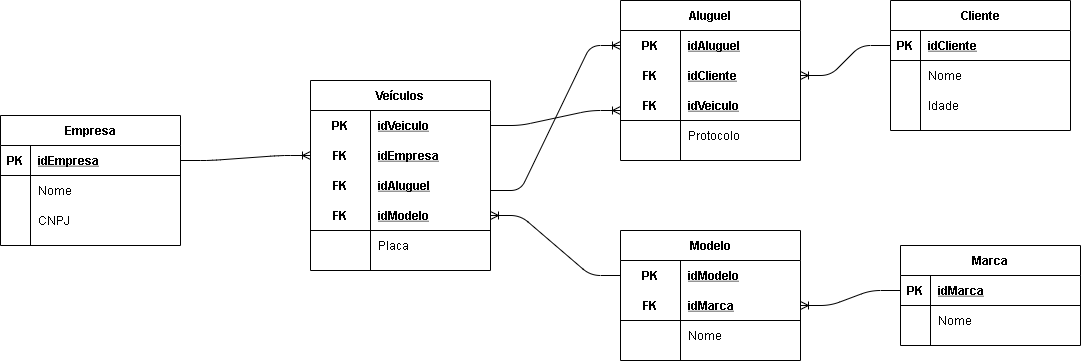
This is SENAI-Sprint.1-BD/1.2/Modelo-Logico.png from Flavia-OlSi/SENAI-Segundo.Semestre, a draw.io export, as it was before one commit. Source tidied: cells renumbered, new cells last; positions are measured from the earlier drawing's top-left corner, leaving out a move shared by most shapes. The source it was exported from:
```xml
<mxGraphModel>
  <root>
    <mxCell id="0" />
    <mxCell id="1" parent="0" />
    <mxCell id="2" value="Empresa" style="shape=table;startSize=30;rowLines=0;fontStyle=1;align=center;" parent="1" vertex="1">
      <mxGeometry y="115" width="180" height="130" as="geometry" />
    </mxCell>
    <mxCell id="3" style="shape=partialRectangle;fillColor=none;top=0;left=0;bottom=1;right=0;" parent="2" vertex="1">
      <mxGeometry y="30" width="180" height="30" as="geometry" />
    </mxCell>
    <mxCell id="4" value="PK" style="shape=partialRectangle;fillColor=none;top=0;left=0;bottom=0;right=0;fontStyle=1;overflow=hidden;" parent="3" vertex="1">
      <mxGeometry width="30" height="30" as="geometry" />
    </mxCell>
    <mxCell id="5" value="idEmpresa" style="shape=partialRectangle;fillColor=none;top=0;left=0;bottom=0;right=0;align=left;spacingLeft=6;fontStyle=5;overflow=hidden;" parent="3" vertex="1">
      <mxGeometry x="30" width="150" height="30" as="geometry" />
    </mxCell>
    <mxCell id="6" style="shape=partialRectangle;fillColor=none;top=0;left=0;bottom=0;right=0;" parent="2" vertex="1">
      <mxGeometry y="60" width="180" height="30" as="geometry" />
    </mxCell>
    <mxCell id="7" style="shape=partialRectangle;fillColor=none;top=0;left=0;bottom=0;right=0;overflow=hidden;" parent="6" vertex="1">
      <mxGeometry width="30" height="30" as="geometry" />
    </mxCell>
    <mxCell id="8" value="Nome" style="shape=partialRectangle;fillColor=none;top=0;left=0;bottom=0;right=0;align=left;spacingLeft=6;overflow=hidden;" parent="6" vertex="1">
      <mxGeometry x="30" width="150" height="30" as="geometry" />
    </mxCell>
    <mxCell id="9" style="shape=partialRectangle;fillColor=none;top=0;left=0;bottom=0;right=0;" parent="2" vertex="1">
      <mxGeometry y="90" width="180" height="30" as="geometry" />
    </mxCell>
    <mxCell id="10" style="shape=partialRectangle;fillColor=none;top=0;left=0;bottom=0;right=0;overflow=hidden;" parent="9" vertex="1">
      <mxGeometry width="30" height="30" as="geometry" />
    </mxCell>
    <mxCell id="11" value="CNPJ" style="shape=partialRectangle;fillColor=none;top=0;left=0;bottom=0;right=0;align=left;spacingLeft=6;overflow=hidden;" parent="9" vertex="1">
      <mxGeometry x="30" width="150" height="30" as="geometry" />
    </mxCell>
    <mxCell id="12" value="Veículos" style="shape=table;startSize=30;rowLines=0;fontStyle=1;align=center;" parent="1" vertex="1">
      <mxGeometry x="310" y="80" width="180" height="190" as="geometry" />
    </mxCell>
    <mxCell id="13" style="shape=partialRectangle;fillColor=none;top=0;left=0;bottom=0;right=0;points=[[0,0.5],[1,0.5]];portConstraint=eastwest;" parent="12" vertex="1">
      <mxGeometry y="30" width="180" height="30" as="geometry" />
    </mxCell>
    <mxCell id="14" value="PK" style="shape=partialRectangle;fillColor=none;top=0;left=0;bottom=0;right=0;fontStyle=1;overflow=hidden;" parent="13" vertex="1">
      <mxGeometry width="60" height="30" as="geometry" />
    </mxCell>
    <mxCell id="15" value="idVeiculo" style="shape=partialRectangle;fillColor=none;top=0;left=0;bottom=0;right=0;align=left;spacingLeft=6;fontStyle=5;overflow=hidden;" parent="13" vertex="1">
      <mxGeometry x="60" width="120" height="30" as="geometry" />
    </mxCell>
    <mxCell id="16" style="shape=partialRectangle;fillColor=none;top=0;left=0;bottom=0;right=0;points=[[0,0.5],[1,0.5]];portConstraint=eastwest;" parent="12" vertex="1">
      <mxGeometry y="60" width="180" height="30" as="geometry" />
    </mxCell>
    <mxCell id="17" value="FK" style="shape=partialRectangle;fillColor=none;top=0;left=0;bottom=0;right=0;fontStyle=1;overflow=hidden;" parent="16" vertex="1">
      <mxGeometry width="60" height="30" as="geometry" />
    </mxCell>
    <mxCell id="18" value="idEmpresa" style="shape=partialRectangle;fillColor=none;top=0;left=0;bottom=0;right=0;align=left;spacingLeft=6;fontStyle=5;overflow=hidden;" parent="16" vertex="1">
      <mxGeometry x="60" width="120" height="30" as="geometry" />
    </mxCell>
    <mxCell id="19" style="shape=partialRectangle;fillColor=none;top=0;left=0;bottom=0;right=0;" parent="12" vertex="1">
      <mxGeometry y="90" width="180" height="30" as="geometry" />
    </mxCell>
    <mxCell id="20" value="FK" style="shape=partialRectangle;fillColor=none;top=0;left=0;bottom=0;right=0;fontStyle=1;overflow=hidden;" parent="19" vertex="1">
      <mxGeometry width="60" height="30" as="geometry" />
    </mxCell>
    <mxCell id="21" value="idAluguel" style="shape=partialRectangle;fillColor=none;top=0;left=0;bottom=0;right=0;align=left;spacingLeft=6;fontStyle=5;overflow=hidden;" parent="19" vertex="1">
      <mxGeometry x="60" width="120" height="30" as="geometry" />
    </mxCell>
    <mxCell id="22" style="shape=partialRectangle;fillColor=none;top=0;left=0;bottom=1;right=0;points=[[0,0.5],[1,0.5]];portConstraint=eastwest;" parent="12" vertex="1">
      <mxGeometry y="120" width="180" height="30" as="geometry" />
    </mxCell>
    <mxCell id="23" value="FK" style="shape=partialRectangle;fillColor=none;top=0;left=0;bottom=0;right=0;fontStyle=1;overflow=hidden;" parent="22" vertex="1">
      <mxGeometry width="60" height="30" as="geometry" />
    </mxCell>
    <mxCell id="24" value="idModelo" style="shape=partialRectangle;fillColor=none;top=0;left=0;bottom=0;right=0;align=left;spacingLeft=6;fontStyle=5;overflow=hidden;" parent="22" vertex="1">
      <mxGeometry x="60" width="120" height="30" as="geometry" />
    </mxCell>
    <mxCell id="25" style="shape=partialRectangle;fillColor=none;top=0;left=0;bottom=0;right=0;" parent="12" vertex="1">
      <mxGeometry y="150" width="180" height="30" as="geometry" />
    </mxCell>
    <mxCell id="26" style="shape=partialRectangle;fillColor=none;top=0;left=0;bottom=0;right=0;overflow=hidden;" parent="25" vertex="1">
      <mxGeometry width="60" height="30" as="geometry" />
    </mxCell>
    <mxCell id="27" value="Placa" style="shape=partialRectangle;fillColor=none;top=0;left=0;bottom=0;right=0;align=left;spacingLeft=6;overflow=hidden;" parent="25" vertex="1">
      <mxGeometry x="60" width="120" height="30" as="geometry" />
    </mxCell>
    <mxCell id="28" value="Aluguel" style="shape=table;startSize=30;rowLines=0;fontStyle=1;align=center;" parent="1" vertex="1">
      <mxGeometry x="620" width="180" height="160" as="geometry" />
    </mxCell>
    <mxCell id="29" style="shape=partialRectangle;fillColor=none;top=0;left=0;bottom=0;right=0;points=[[0,0.5],[1,0.5]];portConstraint=eastwest;" parent="28" vertex="1">
      <mxGeometry y="30" width="180" height="30" as="geometry" />
    </mxCell>
    <mxCell id="30" value="PK" style="shape=partialRectangle;fillColor=none;top=0;left=0;bottom=0;right=0;fontStyle=1;overflow=hidden;" parent="29" vertex="1">
      <mxGeometry width="60" height="30" as="geometry" />
    </mxCell>
    <mxCell id="31" value="idAluguel" style="shape=partialRectangle;fillColor=none;top=0;left=0;bottom=0;right=0;align=left;spacingLeft=6;fontStyle=5;overflow=hidden;" parent="29" vertex="1">
      <mxGeometry x="60" width="120" height="30" as="geometry" />
    </mxCell>
    <mxCell id="32" style="shape=partialRectangle;fillColor=none;top=0;left=0;bottom=0;right=0;points=[[0,0.5],[1,0.5]];portConstraint=eastwest;" parent="28" vertex="1">
      <mxGeometry y="60" width="180" height="30" as="geometry" />
    </mxCell>
    <mxCell id="33" value="FK" style="shape=partialRectangle;fillColor=none;top=0;left=0;bottom=0;right=0;fontStyle=1;overflow=hidden;" parent="32" vertex="1">
      <mxGeometry width="60" height="30" as="geometry" />
    </mxCell>
    <mxCell id="34" value="idCliente" style="shape=partialRectangle;fillColor=none;top=0;left=0;bottom=0;right=0;align=left;spacingLeft=6;fontStyle=5;overflow=hidden;" parent="32" vertex="1">
      <mxGeometry x="60" width="120" height="30" as="geometry" />
    </mxCell>
    <mxCell id="35" style="shape=partialRectangle;fillColor=none;top=0;left=0;bottom=1;right=0;" parent="28" vertex="1">
      <mxGeometry y="90" width="180" height="30" as="geometry" />
    </mxCell>
    <mxCell id="36" value="FK" style="shape=partialRectangle;fillColor=none;top=0;left=0;bottom=0;right=0;fontStyle=1;overflow=hidden;" parent="35" vertex="1">
      <mxGeometry width="60" height="30" as="geometry" />
    </mxCell>
    <mxCell id="37" value="idVeiculo" style="shape=partialRectangle;fillColor=none;top=0;left=0;bottom=0;right=0;align=left;spacingLeft=6;fontStyle=5;overflow=hidden;" parent="35" vertex="1">
      <mxGeometry x="60" width="120" height="30" as="geometry" />
    </mxCell>
    <mxCell id="38" style="shape=partialRectangle;fillColor=none;top=0;left=0;bottom=0;right=0;" parent="28" vertex="1">
      <mxGeometry y="120" width="180" height="30" as="geometry" />
    </mxCell>
    <mxCell id="39" style="shape=partialRectangle;fillColor=none;top=0;left=0;bottom=0;right=0;overflow=hidden;" parent="38" vertex="1">
      <mxGeometry width="60" height="30" as="geometry" />
    </mxCell>
    <mxCell id="40" value="Protocolo" style="shape=partialRectangle;fillColor=none;top=0;left=0;bottom=0;right=0;align=left;spacingLeft=6;overflow=hidden;" parent="38" vertex="1">
      <mxGeometry x="60" width="120" height="30" as="geometry" />
    </mxCell>
    <mxCell id="41" value="Cliente" style="shape=table;startSize=30;rowLines=0;fontStyle=1;align=center;" parent="1" vertex="1">
      <mxGeometry x="890" width="180" height="130" as="geometry" />
    </mxCell>
    <mxCell id="42" style="shape=partialRectangle;fillColor=none;top=0;left=0;bottom=1;right=0;points=[[0,0.5],[1,0.5]];portConstraint=eastwest;" parent="41" vertex="1">
      <mxGeometry y="30" width="180" height="30" as="geometry" />
    </mxCell>
    <mxCell id="43" value="PK" style="shape=partialRectangle;fillColor=none;top=0;left=0;bottom=0;right=0;fontStyle=1;overflow=hidden;" parent="42" vertex="1">
      <mxGeometry width="30" height="30" as="geometry" />
    </mxCell>
    <mxCell id="44" value="idCliente" style="shape=partialRectangle;fillColor=none;top=0;left=0;bottom=0;right=0;align=left;spacingLeft=6;fontStyle=5;overflow=hidden;" parent="42" vertex="1">
      <mxGeometry x="30" width="150" height="30" as="geometry" />
    </mxCell>
    <mxCell id="45" style="shape=partialRectangle;fillColor=none;top=0;left=0;bottom=0;right=0;" parent="41" vertex="1">
      <mxGeometry y="60" width="180" height="30" as="geometry" />
    </mxCell>
    <mxCell id="46" style="shape=partialRectangle;fillColor=none;top=0;left=0;bottom=0;right=0;overflow=hidden;" parent="45" vertex="1">
      <mxGeometry width="30" height="30" as="geometry" />
    </mxCell>
    <mxCell id="47" value="Nome" style="shape=partialRectangle;fillColor=none;top=0;left=0;bottom=0;right=0;align=left;spacingLeft=6;overflow=hidden;" parent="45" vertex="1">
      <mxGeometry x="30" width="150" height="30" as="geometry" />
    </mxCell>
    <mxCell id="48" style="shape=partialRectangle;fillColor=none;top=0;left=0;bottom=0;right=0;" parent="41" vertex="1">
      <mxGeometry y="90" width="180" height="30" as="geometry" />
    </mxCell>
    <mxCell id="49" style="shape=partialRectangle;fillColor=none;top=0;left=0;bottom=0;right=0;overflow=hidden;" parent="48" vertex="1">
      <mxGeometry width="30" height="30" as="geometry" />
    </mxCell>
    <mxCell id="50" value="Idade" style="shape=partialRectangle;fillColor=none;top=0;left=0;bottom=0;right=0;align=left;spacingLeft=6;overflow=hidden;" parent="48" vertex="1">
      <mxGeometry x="30" width="150" height="30" as="geometry" />
    </mxCell>
    <mxCell id="51" value="Modelo" style="shape=table;startSize=30;rowLines=0;fontStyle=1;align=center;" parent="1" vertex="1">
      <mxGeometry x="620" y="230" width="180" height="130" as="geometry" />
    </mxCell>
    <mxCell id="52" style="shape=partialRectangle;fillColor=none;top=0;left=0;bottom=0;right=0;points=[[0,0.5],[1,0.5]];portConstraint=eastwest;" parent="51" vertex="1">
      <mxGeometry y="30" width="180" height="30" as="geometry" />
    </mxCell>
    <mxCell id="53" value="PK" style="shape=partialRectangle;fillColor=none;top=0;left=0;bottom=0;right=0;fontStyle=1;overflow=hidden;" parent="52" vertex="1">
      <mxGeometry width="60" height="30" as="geometry" />
    </mxCell>
    <mxCell id="54" value="idModelo" style="shape=partialRectangle;fillColor=none;top=0;left=0;bottom=0;right=0;align=left;spacingLeft=6;fontStyle=5;overflow=hidden;" parent="52" vertex="1">
      <mxGeometry x="60" width="120" height="30" as="geometry" />
    </mxCell>
    <mxCell id="55" style="shape=partialRectangle;fillColor=none;top=0;left=0;bottom=1;right=0;points=[[0,0.5],[1,0.5]];portConstraint=eastwest;" parent="51" vertex="1">
      <mxGeometry y="60" width="180" height="30" as="geometry" />
    </mxCell>
    <mxCell id="56" value="FK" style="shape=partialRectangle;fillColor=none;top=0;left=0;bottom=0;right=0;fontStyle=1;overflow=hidden;" parent="55" vertex="1">
      <mxGeometry width="60" height="30" as="geometry" />
    </mxCell>
    <mxCell id="57" value="idMarca" style="shape=partialRectangle;fillColor=none;top=0;left=0;bottom=0;right=0;align=left;spacingLeft=6;fontStyle=5;overflow=hidden;" parent="55" vertex="1">
      <mxGeometry x="60" width="120" height="30" as="geometry" />
    </mxCell>
    <mxCell id="58" style="shape=partialRectangle;fillColor=none;top=0;left=0;bottom=0;right=0;" parent="51" vertex="1">
      <mxGeometry y="90" width="180" height="30" as="geometry" />
    </mxCell>
    <mxCell id="59" style="shape=partialRectangle;fillColor=none;top=0;left=0;bottom=0;right=0;overflow=hidden;" parent="58" vertex="1">
      <mxGeometry width="60" height="30" as="geometry" />
    </mxCell>
    <mxCell id="60" value="Nome" style="shape=partialRectangle;fillColor=none;top=0;left=0;bottom=0;right=0;align=left;spacingLeft=6;overflow=hidden;" parent="58" vertex="1">
      <mxGeometry x="60" width="120" height="30" as="geometry" />
    </mxCell>
    <mxCell id="61" value="Marca" style="shape=table;startSize=30;rowLines=0;fontStyle=1;align=center;" parent="1" vertex="1">
      <mxGeometry x="900" y="245" width="180" height="100" as="geometry" />
    </mxCell>
    <mxCell id="62" style="shape=partialRectangle;fillColor=none;top=0;left=0;bottom=1;right=0;points=[[0,0.5],[1,0.5]];portConstraint=eastwest;" parent="61" vertex="1">
      <mxGeometry y="30" width="180" height="30" as="geometry" />
    </mxCell>
    <mxCell id="63" value="PK" style="shape=partialRectangle;fillColor=none;top=0;left=0;bottom=0;right=0;fontStyle=1;overflow=hidden;" parent="62" vertex="1">
      <mxGeometry width="30" height="30" as="geometry" />
    </mxCell>
    <mxCell id="64" value="idMarca" style="shape=partialRectangle;fillColor=none;top=0;left=0;bottom=0;right=0;align=left;spacingLeft=6;fontStyle=5;overflow=hidden;" parent="62" vertex="1">
      <mxGeometry x="30" width="150" height="30" as="geometry" />
    </mxCell>
    <mxCell id="65" style="shape=partialRectangle;fillColor=none;top=0;left=0;bottom=0;right=0;" parent="61" vertex="1">
      <mxGeometry y="60" width="180" height="30" as="geometry" />
    </mxCell>
    <mxCell id="66" style="shape=partialRectangle;fillColor=none;top=0;left=0;bottom=0;right=0;overflow=hidden;" parent="65" vertex="1">
      <mxGeometry width="30" height="30" as="geometry" />
    </mxCell>
    <mxCell id="67" value="Nome" style="shape=partialRectangle;fillColor=none;top=0;left=0;bottom=0;right=0;align=left;spacingLeft=6;overflow=hidden;" parent="65" vertex="1">
      <mxGeometry x="30" width="150" height="30" as="geometry" />
    </mxCell>
    <mxCell id="68" style="edgeStyle=entityRelationEdgeStyle;fontSize=12;html=1;endArrow=ERoneToMany;entryX=0;entryY=0.5;entryDx=0;entryDy=0;" parent="1" edge="1" target="16">
      <mxGeometry relative="1" as="geometry">
        <mxPoint x="180" y="160" as="sourcePoint" />
      </mxGeometry>
    </mxCell>
    <mxCell id="69" style="edgeStyle=entityRelationEdgeStyle;fontSize=12;html=1;endArrow=ERoneToMany;exitX=1;exitY=0.5;exitDx=0;exitDy=0;" parent="1" edge="1" source="13">
      <mxGeometry relative="1" as="geometry">
        <mxPoint x="620" y="110" as="targetPoint" />
      </mxGeometry>
    </mxCell>
    <mxCell id="70" style="edgeStyle=entityRelationEdgeStyle;fontSize=12;html=1;endArrow=ERoneToMany;entryX=1;entryY=0.5;entryDx=0;entryDy=0;exitX=0;exitY=0.5;exitDx=0;exitDy=0;" parent="1" edge="1" source="52" target="22">
      <mxGeometry relative="1" as="geometry" />
    </mxCell>
    <mxCell id="71" style="edgeStyle=entityRelationEdgeStyle;fontSize=12;html=1;endArrow=ERoneToMany;entryX=1;entryY=0.5;entryDx=0;entryDy=0;exitX=0;exitY=0.5;exitDx=0;exitDy=0;" parent="1" edge="1" source="62" target="55">
      <mxGeometry relative="1" as="geometry" />
    </mxCell>
    <mxCell id="72" style="edgeStyle=entityRelationEdgeStyle;fontSize=12;html=1;endArrow=ERoneToMany;entryX=1;entryY=0.5;entryDx=0;entryDy=0;exitX=0;exitY=0.5;exitDx=0;exitDy=0;" parent="1" edge="1" source="42" target="32">
      <mxGeometry relative="1" as="geometry" />
    </mxCell>
    <mxCell id="73" style="edgeStyle=entityRelationEdgeStyle;fontSize=12;html=1;endArrow=ERoneToMany;entryX=0;entryY=0.5;entryDx=0;entryDy=0;" parent="1" edge="1" target="29">
      <mxGeometry relative="1" as="geometry">
        <mxPoint x="490" y="190" as="sourcePoint" />
      </mxGeometry>
    </mxCell>
  </root>
</mxGraphModel>
```
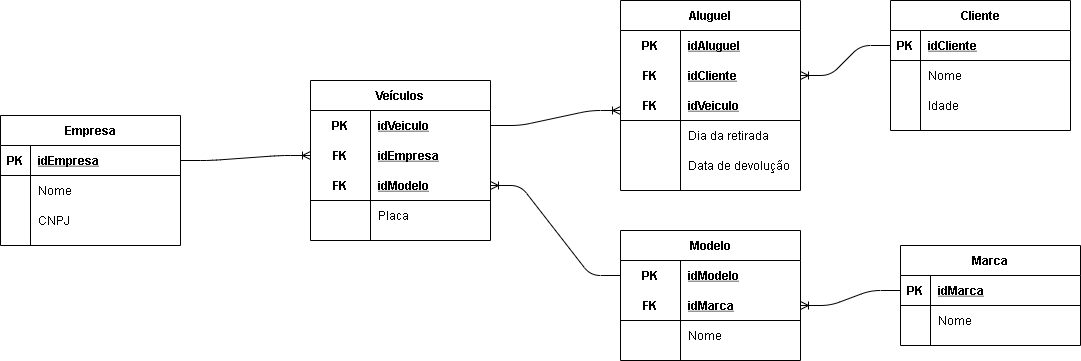
The same diagram one commit later.

The edit, as a diff of the source:
```diff
@@ -33,7 +33,7 @@
       <mxGeometry x="30" width="150" height="30" as="geometry" />
     </mxCell>
     <mxCell id="12" value="Veículos" style="shape=table;startSize=30;rowLines=0;fontStyle=1;align=center;" parent="1" vertex="1">
-      <mxGeometry x="310" y="80" width="180" height="190" as="geometry" />
+      <mxGeometry x="310" y="80" width="180" height="160" as="geometry" />
     </mxCell>
     <mxCell id="13" style="shape=partialRectangle;fillColor=none;top=0;left=0;bottom=0;right=0;points=[[0,0.5],[1,0.5]];portConstraint=eastwest;" parent="12" vertex="1">
       <mxGeometry y="30" width="180" height="30" as="geometry" />
@@ -53,17 +53,8 @@
     <mxCell id="18" value="idEmpresa" style="shape=partialRectangle;fillColor=none;top=0;left=0;bottom=0;right=0;align=left;spacingLeft=6;fontStyle=5;overflow=hidden;" parent="16" vertex="1">
       <mxGeometry x="60" width="120" height="30" as="geometry" />
     </mxCell>
-    <mxCell id="19" style="shape=partialRectangle;fillColor=none;top=0;left=0;bottom=0;right=0;" parent="12" vertex="1">
-      <mxGeometry y="90" width="180" height="30" as="geometry" />
-    </mxCell>
-    <mxCell id="20" value="FK" style="shape=partialRectangle;fillColor=none;top=0;left=0;bottom=0;right=0;fontStyle=1;overflow=hidden;" parent="19" vertex="1">
-      <mxGeometry width="60" height="30" as="geometry" />
-    </mxCell>
-    <mxCell id="21" value="idAluguel" style="shape=partialRectangle;fillColor=none;top=0;left=0;bottom=0;right=0;align=left;spacingLeft=6;fontStyle=5;overflow=hidden;" parent="19" vertex="1">
-      <mxGeometry x="60" width="120" height="30" as="geometry" />
-    </mxCell>
     <mxCell id="22" style="shape=partialRectangle;fillColor=none;top=0;left=0;bottom=1;right=0;points=[[0,0.5],[1,0.5]];portConstraint=eastwest;" parent="12" vertex="1">
-      <mxGeometry y="120" width="180" height="30" as="geometry" />
+      <mxGeometry y="90" width="180" height="30" as="geometry" />
     </mxCell>
     <mxCell id="23" value="FK" style="shape=partialRectangle;fillColor=none;top=0;left=0;bottom=0;right=0;fontStyle=1;overflow=hidden;" parent="22" vertex="1">
       <mxGeometry width="60" height="30" as="geometry" />
@@ -72,7 +63,7 @@
       <mxGeometry x="60" width="120" height="30" as="geometry" />
     </mxCell>
     <mxCell id="25" style="shape=partialRectangle;fillColor=none;top=0;left=0;bottom=0;right=0;" parent="12" vertex="1">
-      <mxGeometry y="150" width="180" height="30" as="geometry" />
+      <mxGeometry y="120" width="180" height="30" as="geometry" />
     </mxCell>
     <mxCell id="26" style="shape=partialRectangle;fillColor=none;top=0;left=0;bottom=0;right=0;overflow=hidden;" parent="25" vertex="1">
       <mxGeometry width="60" height="30" as="geometry" />
@@ -81,7 +72,7 @@
       <mxGeometry x="60" width="120" height="30" as="geometry" />
     </mxCell>
     <mxCell id="28" value="Aluguel" style="shape=table;startSize=30;rowLines=0;fontStyle=1;align=center;" parent="1" vertex="1">
-      <mxGeometry x="620" width="180" height="160" as="geometry" />
+      <mxGeometry x="620" width="180" height="190" as="geometry" />
     </mxCell>
     <mxCell id="29" style="shape=partialRectangle;fillColor=none;top=0;left=0;bottom=0;right=0;points=[[0,0.5],[1,0.5]];portConstraint=eastwest;" parent="28" vertex="1">
       <mxGeometry y="30" width="180" height="30" as="geometry" />
@@ -116,9 +107,18 @@
     <mxCell id="39" style="shape=partialRectangle;fillColor=none;top=0;left=0;bottom=0;right=0;overflow=hidden;" parent="38" vertex="1">
       <mxGeometry width="60" height="30" as="geometry" />
     </mxCell>
-    <mxCell id="40" value="Protocolo" style="shape=partialRectangle;fillColor=none;top=0;left=0;bottom=0;right=0;align=left;spacingLeft=6;overflow=hidden;" parent="38" vertex="1">
+    <mxCell id="40" value="Dia da retirada" style="shape=partialRectangle;fillColor=none;top=0;left=0;bottom=0;right=0;align=left;spacingLeft=6;overflow=hidden;" parent="38" vertex="1">
       <mxGeometry x="60" width="120" height="30" as="geometry" />
     </mxCell>
+    <mxCell id="74" style="shape=partialRectangle;fillColor=none;top=0;left=0;bottom=0;right=0;" parent="28" vertex="1">
+      <mxGeometry y="150" width="180" height="30" as="geometry" />
+    </mxCell>
+    <mxCell id="75" style="shape=partialRectangle;fillColor=none;top=0;left=0;bottom=0;right=0;overflow=hidden;" parent="74" vertex="1">
+      <mxGeometry width="60" height="30" as="geometry" />
+    </mxCell>
+    <mxCell id="76" value="Data de devolução" style="shape=partialRectangle;fillColor=none;top=0;left=0;bottom=0;right=0;align=left;spacingLeft=6;overflow=hidden;" parent="74" vertex="1">
+      <mxGeometry x="60" width="120" height="30" as="geometry" />
+    </mxCell>
     <mxCell id="41" value="Cliente" style="shape=table;startSize=30;rowLines=0;fontStyle=1;align=center;" parent="1" vertex="1">
       <mxGeometry x="890" width="180" height="130" as="geometry" />
     </mxCell>
@@ -219,10 +219,5 @@
     <mxCell id="72" style="edgeStyle=entityRelationEdgeStyle;fontSize=12;html=1;endArrow=ERoneToMany;entryX=1;entryY=0.5;entryDx=0;entryDy=0;exitX=0;exitY=0.5;exitDx=0;exitDy=0;" parent="1" edge="1" source="42" target="32">
       <mxGeometry relative="1" as="geometry" />
     </mxCell>
-    <mxCell id="73" style="edgeStyle=entityRelationEdgeStyle;fontSize=12;html=1;endArrow=ERoneToMany;entryX=0;entryY=0.5;entryDx=0;entryDy=0;" parent="1" edge="1" target="29">
-      <mxGeometry relative="1" as="geometry">
-        <mxPoint x="490" y="190" as="sourcePoint" />
-      </mxGeometry>
-    </mxCell>
   </root>
 </mxGraphModel>
```
